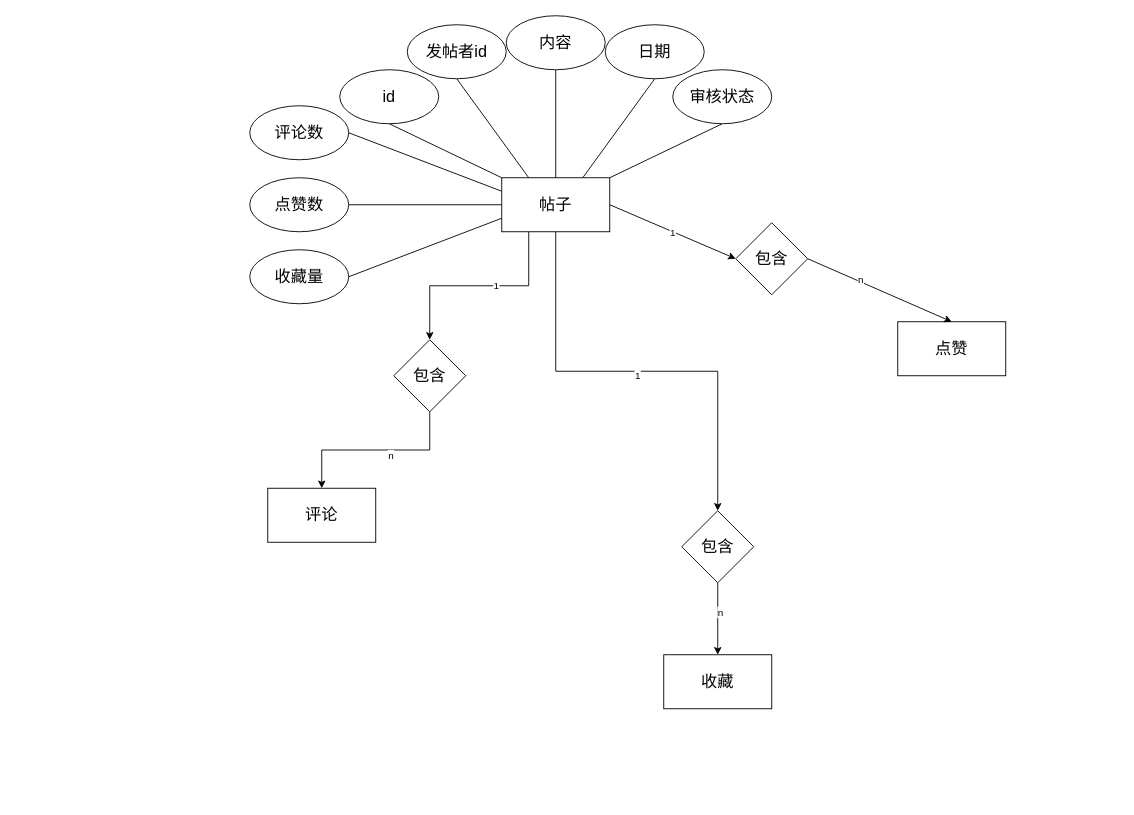
Above: 金融/论坛er.drawio in eamonyuuzen/diagrams (draw.io), before the change. Source tidied: cells renumbered, new cells numbered last; positions are measured from the earlier drawing's top-left corner, leaving out a move shared by most shapes. Both pictures are drawn from the tidied source at 90%, with x=0, y=0 at pixel (249, 15).
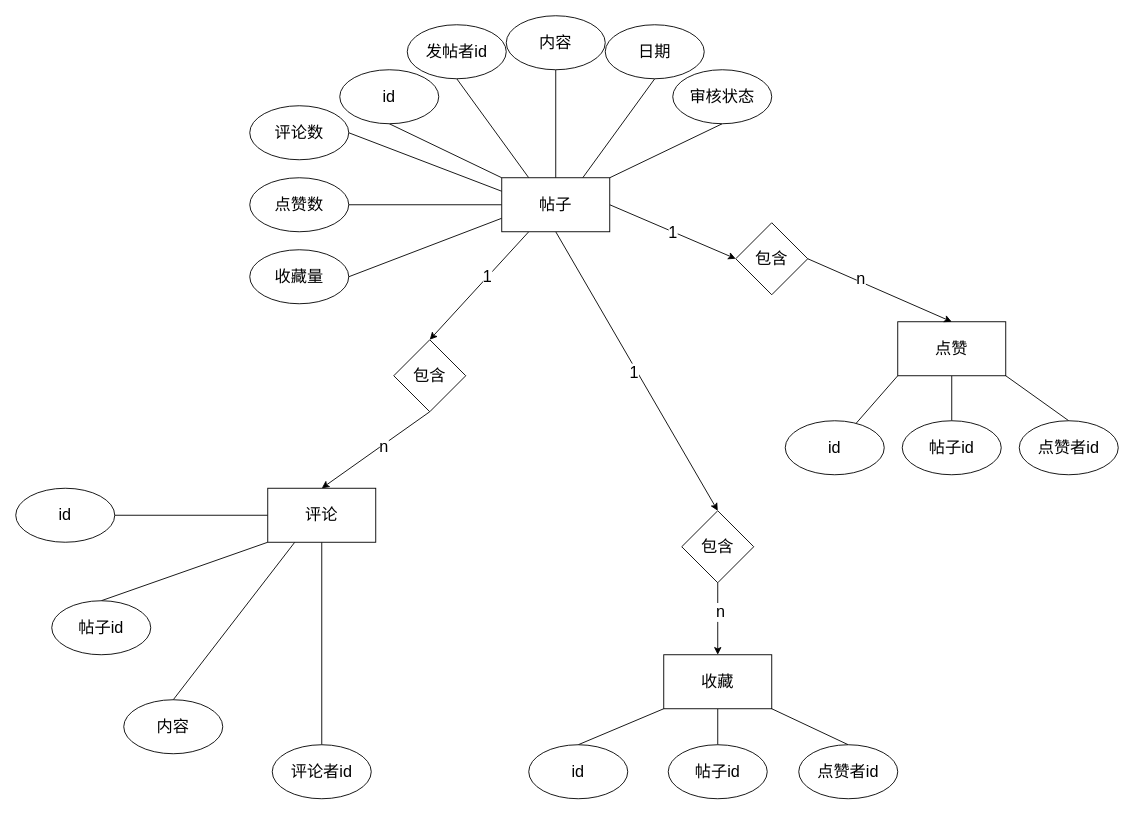
After the change.

The change refers to these unchanged cells:
```xml
<mxCell id="10" style="rounded=0;jettySize=auto;html=1;exitX=1;exitY=0.5;exitDx=0;exitDy=0;entryX=0;entryY=0.5;entryDx=0;entryDy=0;" parent="1" edge="1" source="16" target="36">
  <mxGeometry relative="1" as="geometry" />
</mxCell>
<mxCell id="16" value="帖子" style="rounded=0;whiteSpace=wrap;html=1;fontStyle=0;fontSize=18;" parent="1" vertex="1">
  <mxGeometry x="280" y="180" width="120" height="60" as="geometry" />
</mxCell>
<mxCell id="23" value="收藏量" style="ellipse;whiteSpace=wrap;html=1;fontStyle=0;fontSize=18;" parent="1" vertex="1">
  <mxGeometry y="260" width="110" height="60" as="geometry" />
</mxCell>
<mxCell id="25" value="评论" style="rounded=0;whiteSpace=wrap;html=1;fontStyle=0;fontSize=18;" parent="1" vertex="1">
  <mxGeometry x="20" y="525" width="120" height="60" as="geometry" />
</mxCell>
<mxCell id="26" value="点赞" style="rounded=0;whiteSpace=wrap;html=1;fontStyle=0;fontSize=18;" parent="1" vertex="1">
  <mxGeometry x="720" y="340" width="120" height="60" as="geometry" />
</mxCell>
<mxCell id="27" value="收藏" style="rounded=0;whiteSpace=wrap;html=1;fontStyle=0;fontSize=18;" parent="1" vertex="1">
  <mxGeometry x="460" y="710" width="120" height="60" as="geometry" />
</mxCell>
<mxCell id="30" value="包含" style="rhombus;whiteSpace=wrap;html=1;fontSize=18;" parent="1" vertex="1">
  <mxGeometry x="480" y="550" width="80" height="80" as="geometry" />
</mxCell>
<mxCell id="33" value="包含" style="rhombus;whiteSpace=wrap;html=1;fontSize=18;" parent="1" vertex="1">
  <mxGeometry x="160" y="360" width="80" height="80" as="geometry" />
</mxCell>
<mxCell id="36" value="包含" style="rhombus;whiteSpace=wrap;html=1;fontSize=18;" parent="1" vertex="1">
  <mxGeometry x="540" y="230" width="80" height="80" as="geometry" />
</mxCell>
```

The edit, as a diff of the source:
```diff
@@
-    <mxCell id="9" style="rounded=0;jettySize=auto;html=1;exitX=0;exitY=0.75;exitDx=0;exitDy=0;entryX=1;entryY=0.5;entryDx=0;entryDy=0;endArrow=none;endFill=0;" parent="1" edge="1" source="16" target="23">
+    <mxCell id="9" style="rounded=0;jettySize=auto;html=1;exitX=0;exitY=0.75;exitDx=0;exitDy=0;entryX=1;entryY=0.5;entryDx=0;entryDy=0;endArrow=none;endFill=0;fontSize=18;" parent="1" edge="1" source="16" target="23">
       <mxGeometry relative="1" as="geometry" />
     </mxCell>
@@
-    <mxCell id="11" value="1" style="edgeLabel;html=1;align=center;verticalAlign=middle;" parent="10" vertex="1">
+    <mxCell id="11" value="1" style="edgeLabel;html=1;align=center;verticalAlign=middle;fontSize=18;" parent="10" vertex="1">
       <mxGeometry y="-1" relative="1" as="geometry" />
     </mxCell>
-    <mxCell id="12" style="edgeStyle=orthogonalEdgeStyle;rounded=0;jettySize=auto;html=1;exitX=0.5;exitY=1;exitDx=0;exitDy=0;entryX=0.5;entryY=0;entryDx=0;entryDy=0;" parent="1" edge="1" source="16" target="30">
+    <mxCell id="12" style="rounded=0;jettySize=auto;html=1;exitX=0.5;exitY=1;exitDx=0;exitDy=0;entryX=0.5;entryY=0;entryDx=0;entryDy=0;fontSize=18;" parent="1" edge="1" source="16" target="30">
       <mxGeometry relative="1" as="geometry" />
     </mxCell>
-    <mxCell id="13" value="1" style="edgeLabel;html=1;align=center;verticalAlign=middle;" parent="12" vertex="1">
+    <mxCell id="13" value="1" style="edgeLabel;html=1;align=center;verticalAlign=middle;fontSize=18;" parent="12" vertex="1">
       <mxGeometry y="-4" relative="1" as="geometry" />
     </mxCell>
-    <mxCell id="14" style="edgeStyle=orthogonalEdgeStyle;rounded=0;jettySize=auto;html=1;exitX=0.25;exitY=1;exitDx=0;exitDy=0;entryX=0.5;entryY=0;entryDx=0;entryDy=0;" parent="1" edge="1" source="16" target="33">
+    <mxCell id="14" style="rounded=0;jettySize=auto;html=1;exitX=0.25;exitY=1;exitDx=0;exitDy=0;entryX=0.5;entryY=0;entryDx=0;entryDy=0;fontSize=18;" parent="1" edge="1" source="16" target="33">
       <mxGeometry relative="1" as="geometry" />
     </mxCell>
-    <mxCell id="15" value="1" style="edgeLabel;html=1;align=center;verticalAlign=middle;" parent="14" vertex="1">
+    <mxCell id="15" value="1" style="edgeLabel;html=1;align=center;verticalAlign=middle;fontSize=18;" parent="14" vertex="1">
       <mxGeometry x="-0.16" y="-1" relative="1" as="geometry" />
     </mxCell>
@@
+    <mxCell id="37" style="rounded=0;jettySize=auto;html=1;exitX=0;exitY=0.5;exitDx=0;exitDy=0;endArrow=none;endFill=0;" parent="1" edge="1" source="25" target="52">
+      <mxGeometry relative="1" as="geometry" />
+    </mxCell>
+    <mxCell id="38" style="rounded=0;jettySize=auto;html=1;exitX=0;exitY=1;exitDx=0;exitDy=0;entryX=0.5;entryY=0;entryDx=0;entryDy=0;endArrow=none;endFill=0;" parent="1" edge="1" source="25" target="47">
+      <mxGeometry relative="1" as="geometry" />
+    </mxCell>
+    <mxCell id="39" style="rounded=0;jettySize=auto;html=1;exitX=0.25;exitY=1;exitDx=0;exitDy=0;entryX=0.5;entryY=0;entryDx=0;entryDy=0;endArrow=none;endFill=0;" parent="1" edge="1" source="25" target="48">
+      <mxGeometry relative="1" as="geometry" />
+    </mxCell>
+    <mxCell id="40" style="rounded=0;jettySize=auto;html=1;exitX=0.5;exitY=1;exitDx=0;exitDy=0;endArrow=none;endFill=0;" parent="1" edge="1" source="25" target="55">
+      <mxGeometry relative="1" as="geometry" />
+    </mxCell>
@@
+    <mxCell id="41" style="rounded=0;jettySize=auto;html=1;exitX=0;exitY=1;exitDx=0;exitDy=0;endArrow=none;endFill=0;" parent="1" edge="1" source="26" target="53">
+      <mxGeometry relative="1" as="geometry" />
+    </mxCell>
+    <mxCell id="42" style="rounded=0;jettySize=auto;html=1;exitX=0.5;exitY=1;exitDx=0;exitDy=0;entryX=0.5;entryY=0;entryDx=0;entryDy=0;endArrow=none;endFill=0;" parent="1" edge="1" source="26" target="49">
+      <mxGeometry relative="1" as="geometry" />
+    </mxCell>
+    <mxCell id="43" style="rounded=0;jettySize=auto;html=1;exitX=1;exitY=1;exitDx=0;exitDy=0;entryX=0.5;entryY=0;entryDx=0;entryDy=0;endArrow=none;endFill=0;" parent="1" edge="1" source="26" target="54">
+      <mxGeometry relative="1" as="geometry" />
+    </mxCell>
@@
+    <mxCell id="44" style="rounded=0;jettySize=auto;html=1;exitX=0;exitY=1;exitDx=0;exitDy=0;entryX=0.5;entryY=0;entryDx=0;entryDy=0;endArrow=none;endFill=0;" parent="1" edge="1" source="27" target="51">
+      <mxGeometry relative="1" as="geometry" />
+    </mxCell>
+    <mxCell id="45" style="rounded=0;jettySize=auto;html=1;exitX=0.5;exitY=1;exitDx=0;exitDy=0;entryX=0.5;entryY=0;entryDx=0;entryDy=0;endArrow=none;endFill=0;" parent="1" edge="1" source="27" target="50">
+      <mxGeometry relative="1" as="geometry" />
+    </mxCell>
+    <mxCell id="46" style="rounded=0;jettySize=auto;html=1;exitX=1;exitY=1;exitDx=0;exitDy=0;entryX=0.5;entryY=0;entryDx=0;entryDy=0;endArrow=none;endFill=0;" parent="1" edge="1" source="27" target="56">
+      <mxGeometry relative="1" as="geometry" />
+    </mxCell>
@@
-    <mxCell id="28" style="edgeStyle=orthogonalEdgeStyle;rounded=0;jettySize=auto;html=1;exitX=0.5;exitY=1;exitDx=0;exitDy=0;entryX=0.5;entryY=0;entryDx=0;entryDy=0;" parent="1" edge="1" source="30" target="27">
+    <mxCell id="28" style="edgeStyle=orthogonalEdgeStyle;rounded=0;jettySize=auto;html=1;exitX=0.5;exitY=1;exitDx=0;exitDy=0;entryX=0.5;entryY=0;entryDx=0;entryDy=0;fontSize=18;" parent="1" edge="1" source="30" target="27">
       <mxGeometry relative="1" as="geometry" />
     </mxCell>
-    <mxCell id="29" value="n" style="edgeLabel;html=1;align=center;verticalAlign=middle;" parent="28" vertex="1">
+    <mxCell id="29" value="n" style="edgeLabel;html=1;align=center;verticalAlign=middle;fontSize=18;" parent="28" vertex="1">
       <mxGeometry x="-0.19" y="2" relative="1" as="geometry" />
     </mxCell>
@@
-    <mxCell id="31" style="edgeStyle=orthogonalEdgeStyle;rounded=0;jettySize=auto;html=1;exitX=0.5;exitY=1;exitDx=0;exitDy=0;entryX=0.5;entryY=0;entryDx=0;entryDy=0;" parent="1" edge="1" source="33" target="25">
+    <mxCell id="31" style="rounded=0;jettySize=auto;html=1;exitX=0.5;exitY=1;exitDx=0;exitDy=0;entryX=0.5;entryY=0;entryDx=0;entryDy=0;fontSize=18;" parent="1" edge="1" source="33" target="25">
       <mxGeometry relative="1" as="geometry" />
     </mxCell>
-    <mxCell id="32" value="n" style="edgeLabel;html=1;align=center;verticalAlign=middle;" parent="31" vertex="1">
-      <mxGeometry x="-0.16" y="6" relative="1" as="geometry" />
+    <mxCell id="32" value="n" style="edgeLabel;html=1;align=center;verticalAlign=middle;fontSize=18;" parent="31" vertex="1">
+      <mxGeometry x="-0.13" y="2" relative="1" as="geometry" />
     </mxCell>
@@
-    <mxCell id="34" style="rounded=0;jettySize=auto;html=1;exitX=1;exitY=0.5;exitDx=0;exitDy=0;entryX=0.5;entryY=0;entryDx=0;entryDy=0;" parent="1" edge="1" source="36" target="26">
+    <mxCell id="34" style="rounded=0;jettySize=auto;html=1;exitX=1;exitY=0.5;exitDx=0;exitDy=0;entryX=0.5;entryY=0;entryDx=0;entryDy=0;fontSize=18;" parent="1" edge="1" source="36" target="26">
       <mxGeometry relative="1" as="geometry" />
     </mxCell>
-    <mxCell id="35" value="n" style="edgeLabel;html=1;align=center;verticalAlign=middle;" parent="34" vertex="1">
+    <mxCell id="35" value="n" style="edgeLabel;html=1;align=center;verticalAlign=middle;fontSize=18;" parent="34" vertex="1">
       <mxGeometry x="-0.29" y="3" relative="1" as="geometry" />
     </mxCell>
@@
+    <mxCell id="47" value="帖子id" style="ellipse;whiteSpace=wrap;html=1;fontStyle=0;fontSize=18;" parent="1" vertex="1">
+      <mxGeometry x="-220" y="650" width="110" height="60" as="geometry" />
+    </mxCell>
+    <mxCell id="48" value="内容" style="ellipse;whiteSpace=wrap;html=1;fontStyle=0;fontSize=18;" parent="1" vertex="1">
+      <mxGeometry x="-140" y="760" width="110" height="60" as="geometry" />
+    </mxCell>
+    <mxCell id="49" value="帖子id" style="ellipse;whiteSpace=wrap;html=1;fontStyle=0;fontSize=18;" parent="1" vertex="1">
+      <mxGeometry x="725" y="450" width="110" height="60" as="geometry" />
+    </mxCell>
+    <mxCell id="50" value="帖子id" style="ellipse;whiteSpace=wrap;html=1;fontStyle=0;fontSize=18;" parent="1" vertex="1">
+      <mxGeometry x="465" y="810" width="110" height="60" as="geometry" />
+    </mxCell>
+    <mxCell id="51" value="id" style="ellipse;whiteSpace=wrap;html=1;fontStyle=0;fontSize=18;" parent="1" vertex="1">
+      <mxGeometry x="310" y="810" width="110" height="60" as="geometry" />
+    </mxCell>
+    <mxCell id="52" value="id" style="ellipse;whiteSpace=wrap;html=1;fontStyle=0;fontSize=18;" parent="1" vertex="1">
+      <mxGeometry x="-260" y="525" width="110" height="60" as="geometry" />
+    </mxCell>
+    <mxCell id="53" value="id" style="ellipse;whiteSpace=wrap;html=1;fontStyle=0;fontSize=18;" parent="1" vertex="1">
+      <mxGeometry x="595" y="450" width="110" height="60" as="geometry" />
+    </mxCell>
+    <mxCell id="54" value="点赞者id" style="ellipse;whiteSpace=wrap;html=1;fontStyle=0;fontSize=18;" parent="1" vertex="1">
+      <mxGeometry x="855" y="450" width="110" height="60" as="geometry" />
+    </mxCell>
+    <mxCell id="55" value="评论者id" style="ellipse;whiteSpace=wrap;html=1;fontStyle=0;fontSize=18;" parent="1" vertex="1">
+      <mxGeometry x="25" y="810" width="110" height="60" as="geometry" />
+    </mxCell>
+    <mxCell id="56" value="点赞者id" style="ellipse;whiteSpace=wrap;html=1;fontStyle=0;fontSize=18;" parent="1" vertex="1">
+      <mxGeometry x="610" y="810" width="110" height="60" as="geometry" />
+    </mxCell>
```
